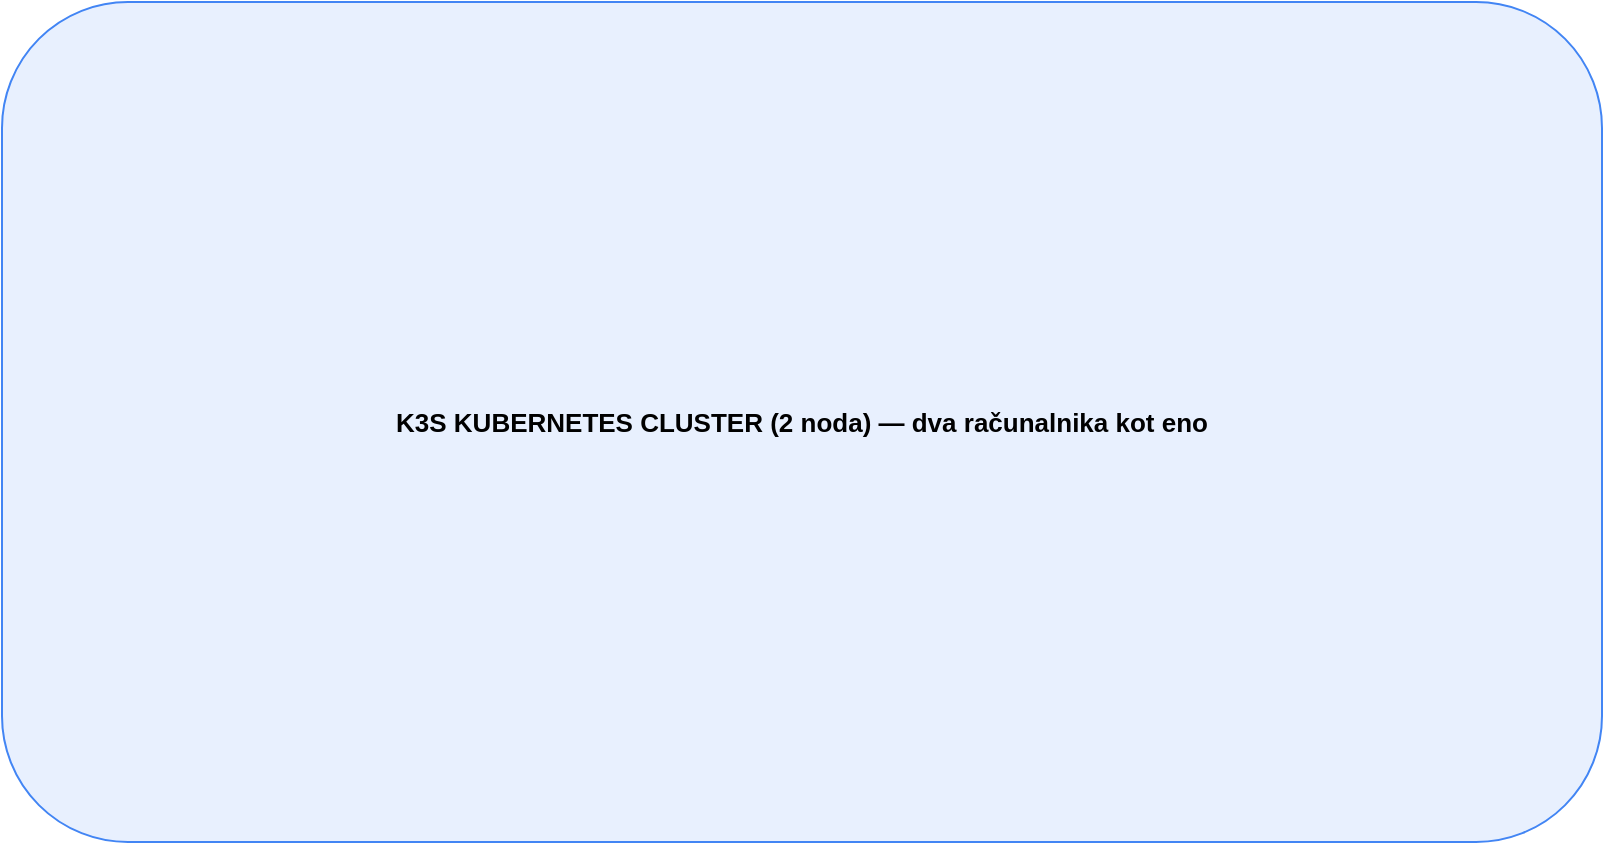
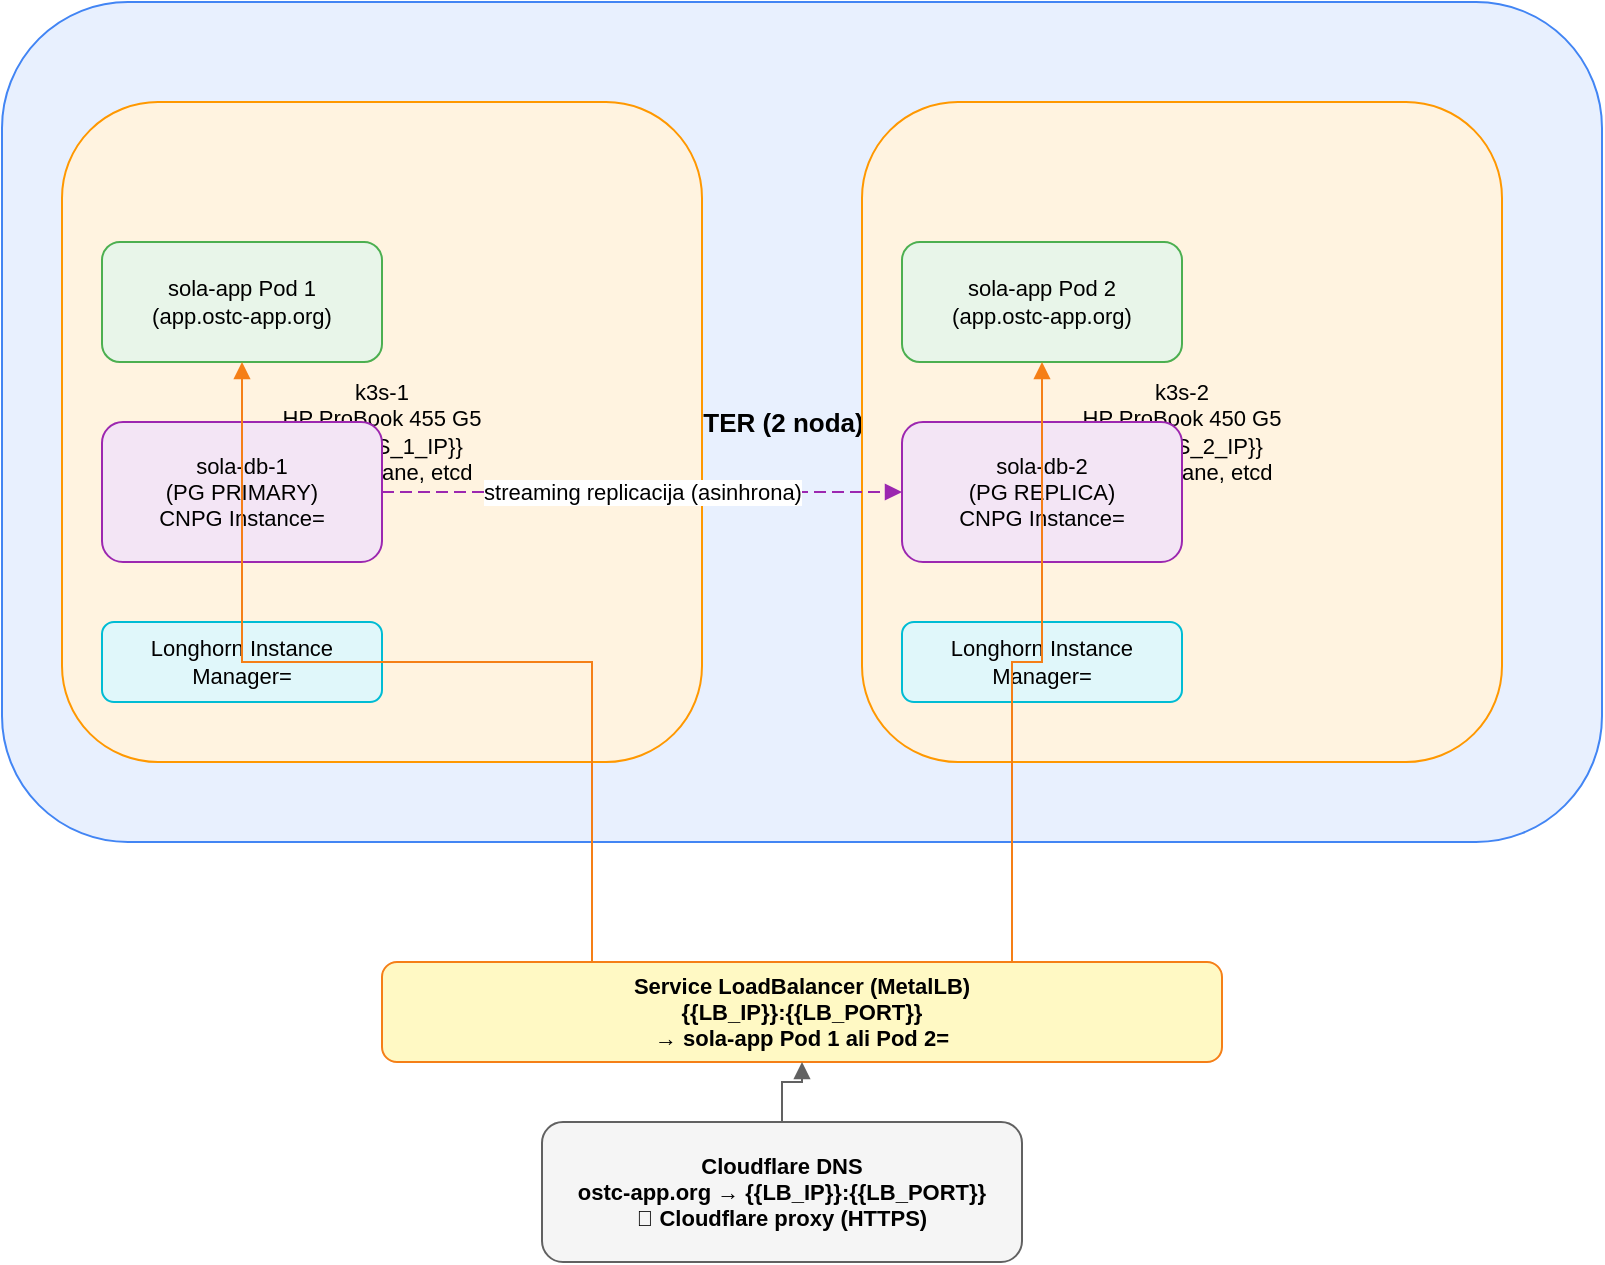
<?xml version="1.0" encoding="UTF-8"?>
- <mxfile host="app.diagrams.net" agent="Hermes Agent" version="24.2.5">
+ <mxfile host="app.diagrams.net" agent="Hermes Agent=" version="24.2.5">
  <diagram name="arhitektura" id="diagram-arhitektura.drawio">
    <mxGraphModel dx="1000" dy="600" grid="1" gridSize="10" guides="1" tooltips="1" connect="1" arrows="1" fold="1" page="1" pageScale="1" pageWidth="827" pageHeight="1169" math="0" shadow="0">
      <root>
        <mxCell id="0" />
        <mxCell id="1" parent="0" />
-         <mxCell id="d1-2" value="K3S KUBERNETES CLUSTER (2 noda) — dva računalnika kot eno" style="rounded=1;whiteSpace=wrap;html=1;fillColor=#E8F0FE;strokeColor=#4285F4;fontStyle=1;fontSize=13;" vertex="1" parent="1">
+         <mxCell id="d1-2" value="K3S KUBERNETES CLUSTER (2 noda) — dva računalnika kot eno=" style="rounded=1;whiteSpace=wrap;html=1;fillColor=#E8F0FE;strokeColor=#4285F4;fontStyle=1;fontSize=13;" vertex="1" parent="1">
          <mxGeometry x="10" y="10" width="800" height="420" as="geometry" />
        </mxCell>
-         <mxCell id="d1-3" value="k3s-1<br>HP ProBook 455 G5<br>IP: {{K3S_1_IP}}<br><i>control-plane, etcd</i>" style="rounded=1;whiteSpace=wrap;html=1;fillColor=#FFF3E0;strokeColor=#FF9800;fontSize=11;" vertex="1" parent="1">
+         <mxCell id="d1-3" value="k3s-1&#xa;HP ProBook 455 G5&#xa;IP: {{K3S_1_IP}}&#xa;control-plane, etcd" style="rounded=1;whiteSpace=wrap;html=1;fillColor=#FFF3E0;strokeColor=#FF9800;fontSize=11;" vertex="1" parent="1">
          <mxGeometry x="40" y="60" width="320" height="330" as="geometry" />
        </mxCell>
-         <mxCell id="d1-4" value="k3s-2<br>HP ProBook 450 G5<br>IP: {{K3S_2_IP}}<br><i>control-plane, etcd</i>" style="rounded=1;whiteSpace=wrap;html=1;fillColor=#FFF3E0;strokeColor=#FF9800;fontSize=11;" vertex="1" parent="1">
+         <mxCell id="d1-4" value="k3s-2&#xa;HP ProBook 450 G5&#xa;IP: {{K3S_2_IP}}&#xa;control-plane, etcd" style="rounded=1;whiteSpace=wrap;html=1;fillColor=#FFF3E0;strokeColor=#FF9800;fontSize=11;" vertex="1" parent="1">
          <mxGeometry x="440" y="60" width="320" height="330" as="geometry" />
        </mxCell>
-         <mxCell id="d1-5" value="sola-app Pod 1<br>(app.ostc-app.org)" style="rounded=1;whiteSpace=wrap;html=1;fillColor=#E8F5E9;strokeColor=#4CAF50;fontSize=11;" vertex="1" parent="1">
+         <mxCell id="d1-5" value="sola-app Pod 1&#xa;(app.ostc-app.org)" style="rounded=1;whiteSpace=wrap;html=1;fillColor=#E8F5E9;strokeColor=#4CAF50;fontSize=11;" vertex="1" parent="1">
          <mxGeometry x="60" y="130" width="140" height="60" as="geometry" />
        </mxCell>
-         <mxCell id="d1-6" value="sola-app Pod 2<br>(app.ostc-app.org)" style="rounded=1;whiteSpace=wrap;html=1;fillColor=#E8F5E9;strokeColor=#4CAF50;fontSize=11;" vertex="1" parent="1">
+         <mxCell id="d1-6" value="sola-app Pod 2&#xa;(app.ostc-app.org)" style="rounded=1;whiteSpace=wrap;html=1;fillColor=#E8F5E9;strokeColor=#4CAF50;fontSize=11;" vertex="1" parent="1">
          <mxGeometry x="460" y="130" width="140" height="60" as="geometry" />
        </mxCell>
-         <mxCell id="d1-7" value="sola-db-1<br>(PG PRIMARY)<br>CNPG Instance" style="rounded=1;whiteSpace=wrap;html=1;fillColor=#F3E5F5;strokeColor=#9C27B0;fontSize=11;" vertex="1" parent="1">
+         <mxCell id="d1-7" value="sola-db-1&#xa;(PG PRIMARY)&#xa;CNPG Instance=" style="rounded=1;whiteSpace=wrap;html=1;fillColor=#F3E5F5;strokeColor=#9C27B0;fontSize=11;" vertex="1" parent="1">
          <mxGeometry x="60" y="220" width="140" height="70" as="geometry" />
        </mxCell>
-         <mxCell id="d1-8" value="sola-db-2<br>(PG REPLICA)<br>CNPG Instance" style="rounded=1;whiteSpace=wrap;html=1;fillColor=#F3E5F5;strokeColor=#9C27B0;fontSize=11;" vertex="1" parent="1">
+         <mxCell id="d1-8" value="sola-db-2&#xa;(PG REPLICA)&#xa;CNPG Instance=" style="rounded=1;whiteSpace=wrap;html=1;fillColor=#F3E5F5;strokeColor=#9C27B0;fontSize=11;" vertex="1" parent="1">
          <mxGeometry x="460" y="220" width="140" height="70" as="geometry" />
        </mxCell>
-         <mxCell id="d1-9" value="Longhorn Instance Manager" style="rounded=1;whiteSpace=wrap;html=1;fillColor=#E0F7FA;strokeColor=#00BCD4;fontSize=11;" vertex="1" parent="1">
+         <mxCell id="d1-9" value="Longhorn Instance Manager=" style="rounded=1;whiteSpace=wrap;html=1;fillColor=#E0F7FA;strokeColor=#00BCD4;fontSize=11;" vertex="1" parent="1">
          <mxGeometry x="60" y="320" width="140" height="40" as="geometry" />
        </mxCell>
-         <mxCell id="d1-10" value="Longhorn Instance Manager" style="rounded=1;whiteSpace=wrap;html=1;fillColor=#E0F7FA;strokeColor=#00BCD4;fontSize=11;" vertex="1" parent="1">
+         <mxCell id="d1-10" value="Longhorn Instance Manager=" style="rounded=1;whiteSpace=wrap;html=1;fillColor=#E0F7FA;strokeColor=#00BCD4;fontSize=11;" vertex="1" parent="1">
          <mxGeometry x="460" y="320" width="140" height="40" as="geometry" />
        </mxCell>
        <mxCell id="d1-11" value="streaming replicacija (asinhrona)" style="edgeStyle=orthogonalEdgeStyle;rounded=0;orthogonalLoop=1;jettySize=auto;html=1;endArrow=block;dashed=1;dashPattern=6 3;strokeColor=#9C27B0;fontSize=11;" edge="1" parent="1" source="d1-7" target="d1-8">
          <mxGeometry relative="1" as="geometry">
            <mxPoint as="offset" />
          </mxGeometry>
        </mxCell>
-         <mxCell id="d1-12" value="Service LoadBalancer (MetalLB)<br>{{LB_IP}}:{{LB_PORT}}<br>→ sola-app Pod 1 ali Pod 2" style="rounded=1;whiteSpace=wrap;html=1;fillColor=#FFF9C4;strokeColor=#F57F17;fontSize=11;fontStyle=1;" vertex="1" parent="1">
+         <mxCell id="d1-12" value="Service LoadBalancer (MetalLB)&#xa;{{LB_IP}}:{{LB_PORT}}&#xa;→ sola-app Pod 1 ali Pod 2=" style="rounded=1;whiteSpace=wrap;html=1;fillColor=#FFF9C4;strokeColor=#F57F17;fontSize=11;fontStyle=1;" vertex="1" parent="1">
          <mxGeometry x="200" y="490" width="420" height="50" as="geometry" />
        </mxCell>
-         <mxCell id="d1-13" value="Cloudflare DNS<br>ostc-app.org → {{LB_IP}}:{{LB_PORT}}<br>📡 Cloudflare proxy (HTTPS)" style="rounded=1;whiteSpace=wrap;html=1;fillColor=#F5F5F5;strokeColor=#616161;fontSize=11;fontStyle=1;" vertex="1" parent="1">
+         <mxCell id="d1-13" value="Cloudflare DNS&#xa;ostc-app.org → {{LB_IP}}:{{LB_PORT}}&#xa;📡 Cloudflare proxy (HTTPS)" style="rounded=1;whiteSpace=wrap;html=1;fillColor=#F5F5F5;strokeColor=#616161;fontSize=11;fontStyle=1;" vertex="1" parent="1">
          <mxGeometry x="280" y="570" width="240" height="70" as="geometry" />
        </mxCell>
        <mxCell id="d1-14" style="edgeStyle=orthogonalEdgeStyle;rounded=0;orthogonalLoop=1;jettySize=auto;html=1;endArrow=block;strokeColor=#616161;" edge="1" parent="1" source="d1-13" target="d1-12">
          <mxGeometry relative="1" as="geometry" />
        </mxCell>
        <mxCell id="d1-15" style="edgeStyle=orthogonalEdgeStyle;rounded=0;orthogonalLoop=1;jettySize=auto;html=1;endArrow=block;strokeColor=#F57F17;exitX=0.25;exitY=0;" edge="1" parent="1" source="d1-12" target="d1-5">
          <mxGeometry relative="1" as="geometry" />
        </mxCell>
        <mxCell id="d1-16" style="edgeStyle=orthogonalEdgeStyle;rounded=0;orthogonalLoop=1;jettySize=auto;html=1;endArrow=block;strokeColor=#F57F17;exitX=0.75;exitY=0;" edge="1" parent="1" source="d1-12" target="d1-6">
          <mxGeometry relative="1" as="geometry" />
        </mxCell>
      </root>
    </mxGraphModel>
  </diagram>
</mxfile>